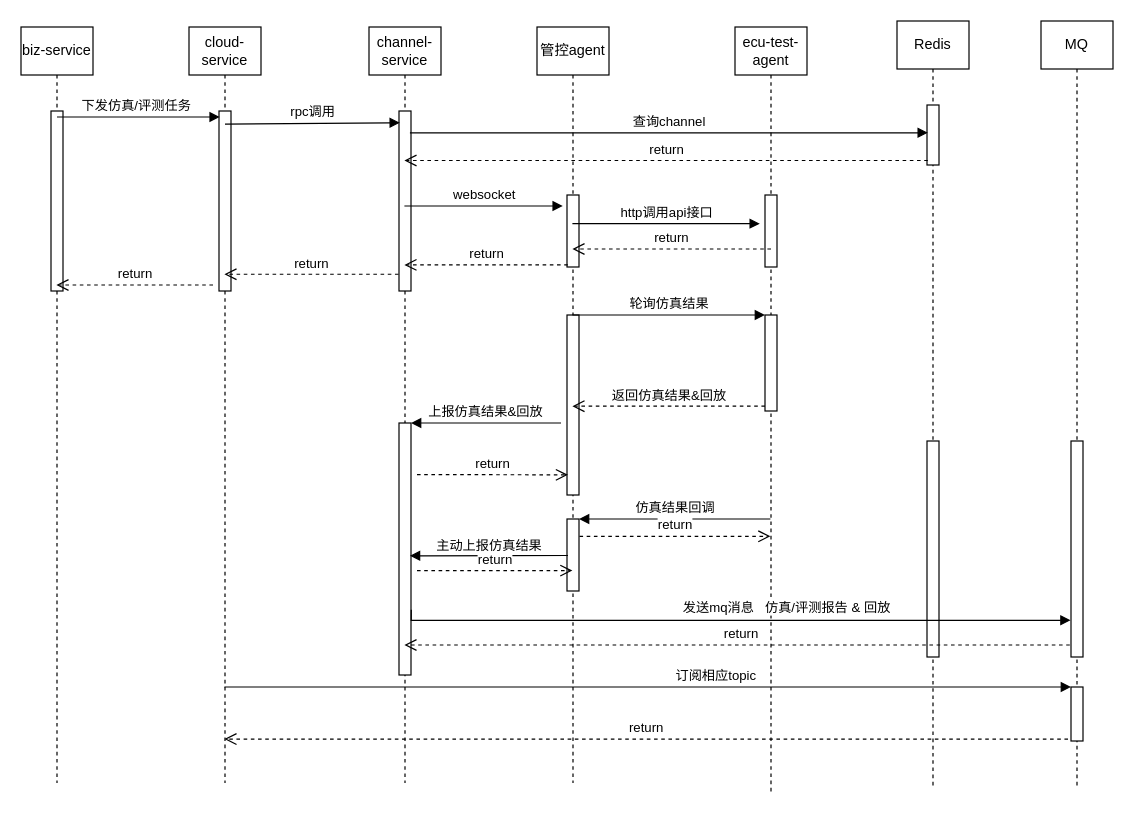
This is page "第 1 页" (1 of 2) of 调度时序图.drawio from adwars/adwars, a draw.io file, before an edit. Source tidied: cells renumbered, new cells numbered last; positions are measured from the earlier drawing's top-left corner, leaving out a move shared by most shapes. Both pictures are drawn from the tidied source at 120%, with x=0, y=0 at pixel (20, 20).
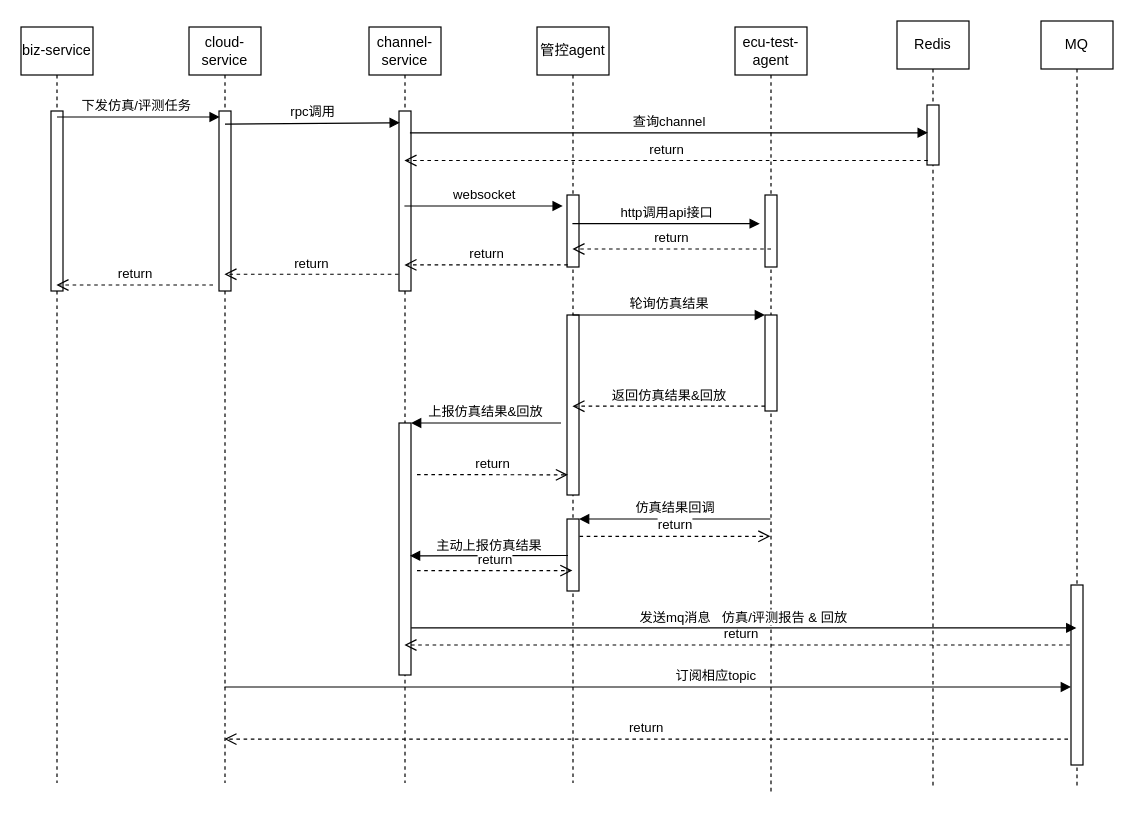
The same page after the edit.

Commit message:
更新调度时序图.drawio

The change refers to these unchanged cells:
```xml
<mxCell id="2" value="cloud-service" style="shape=umlLifeline;perimeter=lifelinePerimeter;whiteSpace=wrap;html=1;outlineConnect=0;" parent="1" vertex="1">
  <mxGeometry x="140" y="5" width="60" height="630" as="geometry" />
</mxCell>
<mxCell id="6" style="html=1;points=[];perimeter=orthogonalPerimeter;" parent="4" vertex="1">
  <mxGeometry x="25" y="330" width="10" height="210" as="geometry" />
</mxCell>
<mxCell id="14" value="Redis" style="shape=umlLifeline;perimeter=lifelinePerimeter;whiteSpace=wrap;html=1;" parent="1" vertex="1">
  <mxGeometry x="730" width="60" height="640" as="geometry" />
</mxCell>
<mxCell id="40" value="MQ" style="shape=umlLifeline;perimeter=lifelinePerimeter;whiteSpace=wrap;html=1;outlineConnect=0;" parent="1" vertex="1">
  <mxGeometry x="850" width="60" height="640" as="geometry" />
</mxCell>
```

The edit, as a diff of the source:
```diff
@@
-    <mxCell id="15" style="html=1;perimeter=orthogonalPerimeter;" parent="14" vertex="1">
-      <mxGeometry x="25" y="350" width="10" height="180" as="geometry" />
-    </mxCell>
@@
-    <mxCell id="27" style="endArrow=block;endFill=1;html=1;edgeStyle=orthogonalEdgeStyle;align=left;verticalAlign=top;rounded=0;exitX=1.024;exitY=0.741;exitDx=0;exitDy=0;exitPerimeter=0;entryX=-0.037;entryY=0.83;entryDx=0;entryDy=0;entryPerimeter=0;" parent="1" edge="1" source="6" target="41">
-      <mxGeometry x="-1" relative="1" as="geometry">
-        <Array as="points">
-          <mxPoint x="325" y="499" />
-        </Array>
-      </mxGeometry>
-    </mxCell>
-    <mxCell id="28" value="发送mq消息&amp;nbsp; &amp;nbsp;仿真/评测报告 &amp;amp; 回放" style="edgeLabel;html=1;align=center;verticalAlign=middle;" parent="27" vertex="1">
-      <mxGeometry x="-0.06" y="4" relative="1" as="geometry">
-        <mxPoint x="59" y="-7" as="offset" />
-      </mxGeometry>
-    </mxCell>
-    <mxCell id="29" value="订阅相应topic" style="html=1;verticalAlign=bottom;endArrow=block;entryX=0;entryY=0;rounded=0;" parent="1" edge="1" source="2" target="42">
-      <mxGeometry x="0.16" relative="1" as="geometry" />
+    <mxCell id="29" value="订阅相应topic" style="html=1;verticalAlign=bottom;endArrow=block;entryX=0;entryY=0;rounded=0;" parent="1" edge="1" source="2">
+      <mxGeometry x="0.16" relative="1" as="geometry">
+        <mxPoint x="875" y="555" as="targetPoint" />
+      </mxGeometry>
     </mxCell>
-    <mxCell id="30" value="return" style="html=1;verticalAlign=bottom;endArrow=open;dashed=1;endSize=8;exitX=-0.247;exitY=0.964;rounded=0;exitDx=0;exitDy=0;exitPerimeter=0;" parent="1" edge="1" source="42" target="2">
-      <mxGeometry relative="1" as="geometry" />
+    <mxCell id="30" value="return" style="html=1;verticalAlign=bottom;endArrow=open;dashed=1;endSize=8;exitX=-0.247;exitY=0.964;rounded=0;exitDx=0;exitDy=0;exitPerimeter=0;" parent="1" edge="1" target="2">
+      <mxGeometry relative="1" as="geometry">
+        <mxPoint x="872.5" y="598.4" as="sourcePoint" />
+      </mxGeometry>
     </mxCell>
@@
     <mxCell id="41" style="html=1;points=[];perimeter=orthogonalPerimeter;" parent="40" vertex="1">
-      <mxGeometry x="25" y="350" width="10" height="180" as="geometry" />
+      <mxGeometry x="25" y="470" width="10" height="150" as="geometry" />
     </mxCell>
-    <mxCell id="42" style="html=1;points=[];perimeter=orthogonalPerimeter;" parent="40" vertex="1">
-      <mxGeometry x="25" y="555" width="10" height="45" as="geometry" />
-    </mxCell>
@@
+    <mxCell id="28" value="发送mq消息&amp;nbsp; &amp;nbsp;仿真/评测报告 &amp;amp; 回放" style="html=1;verticalAlign=bottom;endArrow=block;rounded=0;startSize=6;endSize=6;exitX=1.016;exitY=0.813;exitDx=0;exitDy=0;exitPerimeter=0;" parent="1" edge="1" source="6" target="40">
+      <mxGeometry relative="1" as="geometry" />
+    </mxCell>
```
